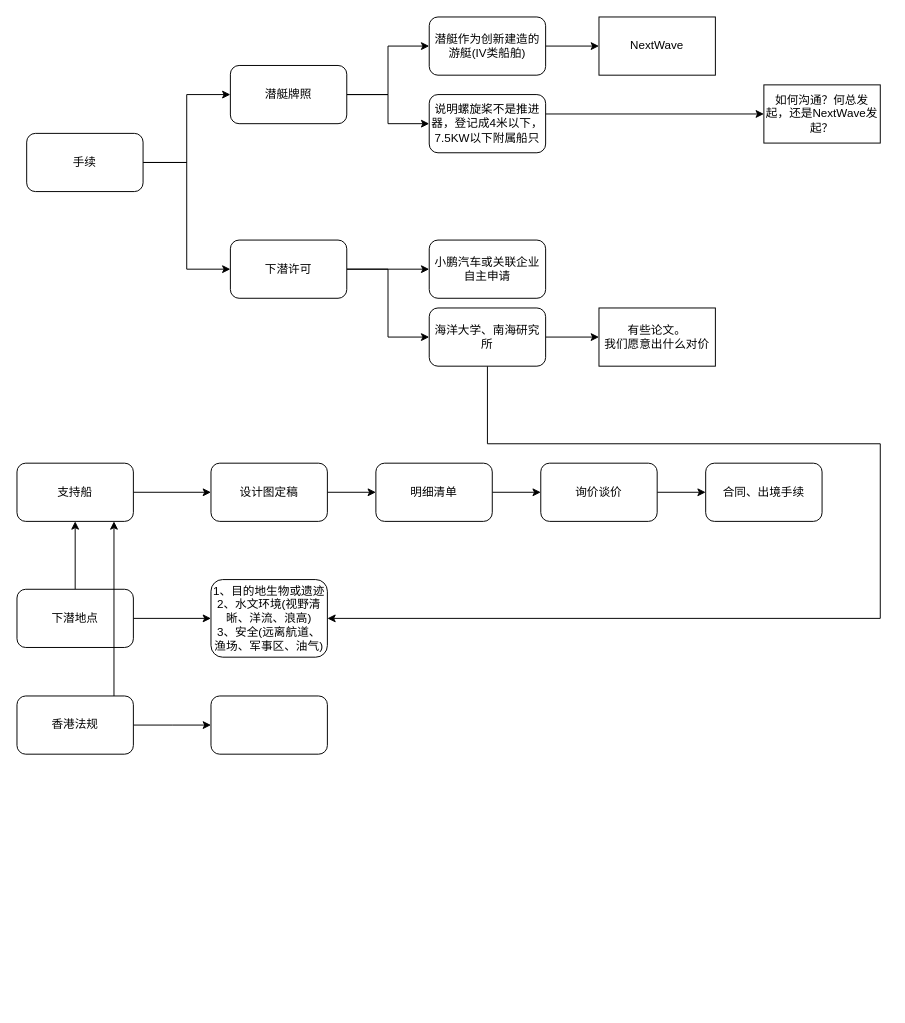
Above: Sub2.drawio in hyperxz/drew2 (draw.io), before the change. Source tidied: cells renumbered, new cells numbered last; positions are measured from the earlier drawing's top-left corner, leaving out a move shared by most shapes. Both pictures are drawn from the tidied source at 97%, with x=0, y=0 at pixel (16, 16).
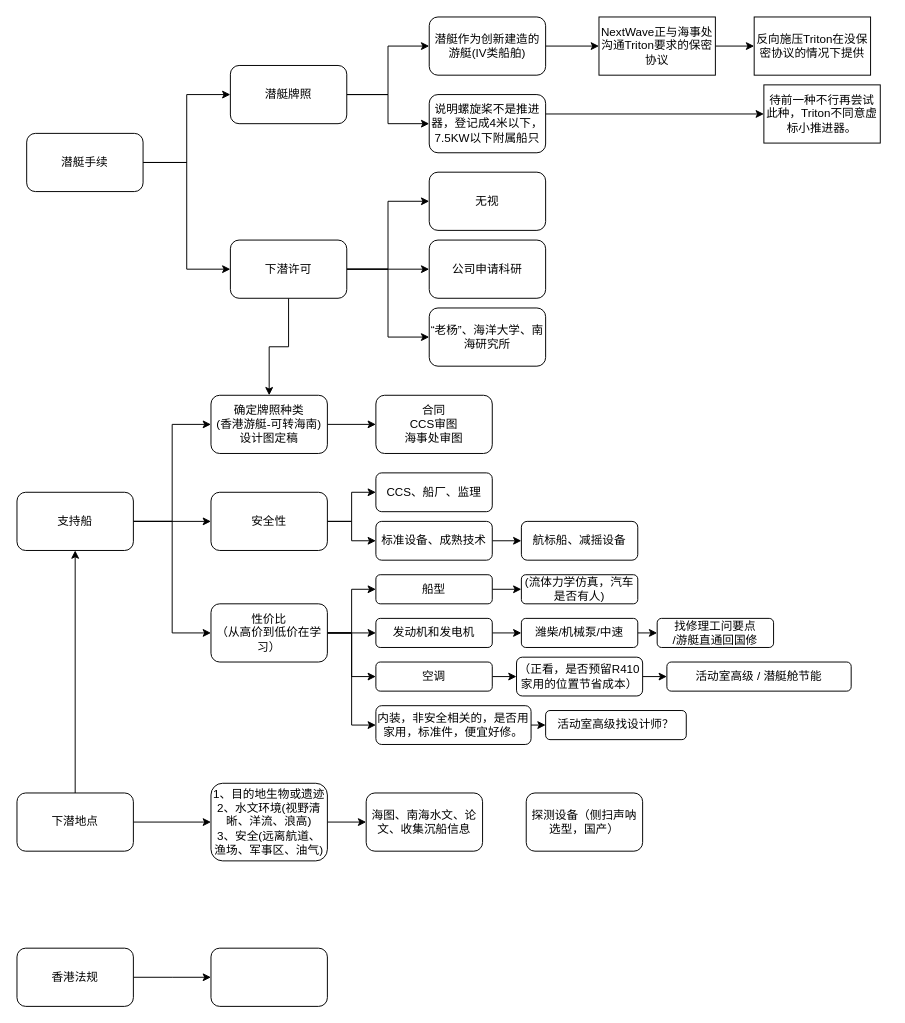
After the change.

The change refers to these unchanged cells:
```xml
<mxCell id="10" value="下潜许可" style="rounded=1;whiteSpace=wrap;html=1;" parent="1" vertex="1">
  <mxGeometry x="220" y="230" width="120" height="60" as="geometry" />
</mxCell>
```

What changed in the source:
```diff
@@
-    <mxCell id="4" value="手续" style="rounded=1;whiteSpace=wrap;html=1;" parent="1" vertex="1">
+    <mxCell id="4" value="潜艇手续" style="rounded=1;whiteSpace=wrap;html=1;" parent="1" vertex="1">
       <mxGeometry x="10" y="120" width="120" height="60" as="geometry" />
     </mxCell>
@@
+    <mxCell id="39" style="edgeStyle=orthogonalEdgeStyle;rounded=0;jettySize=auto;html=1;exitX=1;exitY=0.5;exitDx=0;exitDy=0;entryX=0;entryY=0.5;entryDx=0;entryDy=0;" parent="1" edge="1" source="10" target="51">
+      <mxGeometry relative="1" as="geometry" />
+    </mxCell>
+    <mxCell id="40" style="edgeStyle=orthogonalEdgeStyle;rounded=0;jettySize=auto;html=1;exitX=0.5;exitY=1;exitDx=0;exitDy=0;entryX=0.5;entryY=0;entryDx=0;entryDy=0;" parent="1" edge="1" source="10" target="22">
+      <mxGeometry relative="1" as="geometry" />
+    </mxCell>
@@
-    <mxCell id="14" value="小鹏汽车或关联企业自主申请" style="rounded=1;whiteSpace=wrap;html=1;" parent="1" vertex="1">
+    <mxCell id="14" value="公司申请科研" style="rounded=1;whiteSpace=wrap;html=1;" parent="1" vertex="1">
       <mxGeometry x="425" y="230" width="120" height="60" as="geometry" />
     </mxCell>
-    <mxCell id="15" style="edgeStyle=orthogonalEdgeStyle;rounded=0;jettySize=auto;html=1;exitX=1;exitY=0.5;exitDx=0;exitDy=0;" parent="1" edge="1" source="17" target="32">
-      <mxGeometry relative="1" as="geometry" />
-    </mxCell>
-    <mxCell id="16" style="edgeStyle=orthogonalEdgeStyle;rounded=0;jettySize=auto;html=1;exitX=0.5;exitY=1;exitDx=0;exitDy=0;entryX=1;entryY=0.5;entryDx=0;entryDy=0;" parent="1" edge="1" source="17" target="31">
-      <mxGeometry relative="1" as="geometry">
-        <Array as="points">
-          <mxPoint x="485" y="440" />
-          <mxPoint x="890" y="440" />
-          <mxPoint x="890" y="620" />
-        </Array>
-      </mxGeometry>
-    </mxCell>
-    <mxCell id="17" value="海洋大学、南海研究所" style="rounded=1;whiteSpace=wrap;html=1;" parent="1" vertex="1">
+    <mxCell id="17" value="“老杨”、海洋大学、南海研究所" style="rounded=1;whiteSpace=wrap;html=1;" parent="1" vertex="1">
       <mxGeometry x="425" y="300" width="120" height="60" as="geometry" />
     </mxCell>
@@
+    <mxCell id="41" style="edgeStyle=orthogonalEdgeStyle;rounded=0;jettySize=auto;html=1;exitX=1;exitY=0.5;exitDx=0;exitDy=0;entryX=0;entryY=0.5;entryDx=0;entryDy=0;" parent="1" edge="1" source="19" target="26">
+      <mxGeometry relative="1" as="geometry" />
+    </mxCell>
+    <mxCell id="42" style="edgeStyle=orthogonalEdgeStyle;rounded=0;jettySize=auto;html=1;exitX=1;exitY=0.5;exitDx=0;exitDy=0;entryX=0;entryY=0.5;entryDx=0;entryDy=0;" parent="1" edge="1" source="19" target="27">
+      <mxGeometry relative="1" as="geometry" />
+    </mxCell>
     <mxCell id="19" value="支持船" style="rounded=1;whiteSpace=wrap;html=1;" parent="1" vertex="1">
-      <mxGeometry y="460" width="120" height="60" as="geometry" />
+      <mxGeometry y="490" width="120" height="60" as="geometry" />
     </mxCell>
+    <mxCell id="43" style="edgeStyle=orthogonalEdgeStyle;rounded=0;jettySize=auto;html=1;exitX=1;exitY=0.5;exitDx=0;exitDy=0;entryX=0;entryY=0.5;entryDx=0;entryDy=0;" parent="1" edge="1" source="20" target="75">
+      <mxGeometry relative="1" as="geometry" />
+    </mxCell>
-    <mxCell id="20" value="NextWave" style="rounded=0;whiteSpace=wrap;html=1;" parent="1" vertex="1">
+    <mxCell id="20" value="NextWave正与海事处沟通Triton要求的保密协议" style="rounded=0;whiteSpace=wrap;html=1;" parent="1" vertex="1">
       <mxGeometry x="600" width="120" height="60" as="geometry" />
     </mxCell>
@@
-    <mxCell id="22" value="设计图定稿" style="rounded=1;whiteSpace=wrap;html=1;" parent="1" vertex="1">
-      <mxGeometry x="200" y="460" width="120" height="60" as="geometry" />
+    <mxCell id="22" value="确定牌照种类&lt;br&gt;(香港游艇-可转海南)&lt;br&gt;设计图定稿" style="rounded=1;whiteSpace=wrap;html=1;" parent="1" vertex="1">
+      <mxGeometry x="200" y="390" width="120" height="60" as="geometry" />
     </mxCell>
-    <mxCell id="23" style="edgeStyle=orthogonalEdgeStyle;rounded=0;jettySize=auto;html=1;exitX=1;exitY=0.5;exitDx=0;exitDy=0;entryX=0;entryY=0.5;entryDx=0;entryDy=0;" parent="1" edge="1" source="24" target="26">
-      <mxGeometry relative="1" as="geometry" />
-    </mxCell>
-    <mxCell id="24" value="明细清单" style="rounded=1;whiteSpace=wrap;html=1;" parent="1" vertex="1">
-      <mxGeometry x="370" y="460" width="120" height="60" as="geometry" />
+    <mxCell id="24" value="合同&lt;br&gt;CCS审图&lt;br&gt;海事处审图" style="rounded=1;whiteSpace=wrap;html=1;" parent="1" vertex="1">
+      <mxGeometry x="370" y="390" width="120" height="60" as="geometry" />
     </mxCell>
-    <mxCell id="25" style="edgeStyle=orthogonalEdgeStyle;rounded=0;jettySize=auto;html=1;exitX=1;exitY=0.5;exitDx=0;exitDy=0;entryX=0;entryY=0.5;entryDx=0;entryDy=0;" parent="1" edge="1" source="26" target="27">
-      <mxGeometry relative="1" as="geometry" />
-    </mxCell>
+    <mxCell id="44" style="edgeStyle=orthogonalEdgeStyle;rounded=0;jettySize=auto;html=1;exitX=1;exitY=0.5;exitDx=0;exitDy=0;entryX=0;entryY=0.5;entryDx=0;entryDy=0;" parent="1" edge="1" source="26" target="53">
+      <mxGeometry relative="1" as="geometry" />
+    </mxCell>
+    <mxCell id="45" style="edgeStyle=orthogonalEdgeStyle;rounded=0;jettySize=auto;html=1;exitX=1;exitY=0.5;exitDx=0;exitDy=0;entryX=0;entryY=0.5;entryDx=0;entryDy=0;" parent="1" edge="1" source="26" target="55">
+      <mxGeometry relative="1" as="geometry" />
+    </mxCell>
-    <mxCell id="26" value="询价谈价" style="rounded=1;whiteSpace=wrap;html=1;" parent="1" vertex="1">
-      <mxGeometry x="540" y="460" width="120" height="60" as="geometry" />
+    <mxCell id="26" value="安全性" style="rounded=1;whiteSpace=wrap;html=1;" parent="1" vertex="1">
+      <mxGeometry x="200" y="490" width="120" height="60" as="geometry" />
     </mxCell>
+    <mxCell id="46" style="edgeStyle=orthogonalEdgeStyle;rounded=0;jettySize=auto;html=1;exitX=1;exitY=0.5;exitDx=0;exitDy=0;entryX=0;entryY=0.5;entryDx=0;entryDy=0;" parent="1" edge="1" source="27" target="57">
+      <mxGeometry relative="1" as="geometry" />
+    </mxCell>
+    <mxCell id="47" style="edgeStyle=orthogonalEdgeStyle;rounded=0;jettySize=auto;html=1;exitX=1;exitY=0.5;exitDx=0;exitDy=0;entryX=0;entryY=0.5;entryDx=0;entryDy=0;" parent="1" edge="1" source="27" target="59">
+      <mxGeometry relative="1" as="geometry" />
+    </mxCell>
+    <mxCell id="48" style="edgeStyle=orthogonalEdgeStyle;rounded=0;jettySize=auto;html=1;exitX=1;exitY=0.5;exitDx=0;exitDy=0;entryX=0;entryY=0.5;entryDx=0;entryDy=0;" parent="1" edge="1" source="27" target="69">
+      <mxGeometry relative="1" as="geometry" />
+    </mxCell>
+    <mxCell id="49" style="edgeStyle=orthogonalEdgeStyle;rounded=0;jettySize=auto;html=1;exitX=1;exitY=0.5;exitDx=0;exitDy=0;entryX=0;entryY=0.5;entryDx=0;entryDy=0;" parent="1" edge="1" source="27" target="63">
+      <mxGeometry relative="1" as="geometry" />
+    </mxCell>
-    <mxCell id="27" value="合同、出境手续" style="rounded=1;whiteSpace=wrap;html=1;" parent="1" vertex="1">
-      <mxGeometry x="710" y="460" width="120" height="60" as="geometry" />
+    <mxCell id="27" value="性价比&lt;br&gt;（从高价到低价在学习）" style="rounded=1;whiteSpace=wrap;html=1;" parent="1" vertex="1">
+      <mxGeometry x="200" y="605" width="120" height="60" as="geometry" />
     </mxCell>
@@
     <mxCell id="30" value="下潜地点" style="rounded=1;whiteSpace=wrap;html=1;" parent="1" vertex="1">
-      <mxGeometry y="590" width="120" height="60" as="geometry" />
+      <mxGeometry y="800" width="120" height="60" as="geometry" />
     </mxCell>
+    <mxCell id="50" style="edgeStyle=orthogonalEdgeStyle;rounded=0;jettySize=auto;html=1;exitX=1;exitY=0.5;exitDx=0;exitDy=0;" parent="1" edge="1" source="31" target="72">
+      <mxGeometry relative="1" as="geometry" />
+    </mxCell>
     <mxCell id="31" value="1、目的地生物或遗迹&lt;br&gt;2、水文环境(视野清晰、洋流、浪高)&lt;br&gt;3、安全(远离航道、渔场、军事区、油气)" style="rounded=1;whiteSpace=wrap;html=1;" parent="1" vertex="1">
-      <mxGeometry x="200" y="580" width="120" height="80" as="geometry" />
+      <mxGeometry x="200" y="790" width="120" height="80" as="geometry" />
     </mxCell>
-    <mxCell id="32" value="有些论文。&lt;br&gt;我们愿意出什么对价" style="rounded=0;whiteSpace=wrap;html=1;" parent="1" vertex="1">
-      <mxGeometry x="600" y="300" width="120" height="60" as="geometry" />
-    </mxCell>
@@
-    <mxCell id="34" value="如何沟通？何总发起，还是NextWave发起？" style="rounded=0;whiteSpace=wrap;html=1;" parent="1" vertex="1">
-      <mxGeometry x="770" y="70" width="120" height="60" as="geometry" />
-    </mxCell>
-    <mxCell id="35" style="edgeStyle=orthogonalEdgeStyle;rounded=0;orthogonalLoop=1;jettySize=auto;html=1;exitX=0.5;exitY=0;exitDx=0;exitDy=0;entryX=0.5;entryY=1;entryDx=0;entryDy=0;" parent="1" edge="1">
-      <mxGeometry relative="1" as="geometry">
-        <mxPoint x="100" y="700" as="sourcePoint" />
-        <mxPoint x="100" y="520" as="targetPoint" />
-      </mxGeometry>
-    </mxCell>
     <mxCell id="36" style="edgeStyle=orthogonalEdgeStyle;rounded=0;jettySize=auto;html=1;exitX=1;exitY=0.5;exitDx=0;exitDy=0;" parent="1" edge="1" source="37">
       <mxGeometry relative="1" as="geometry">
-        <mxPoint x="200" y="730" as="targetPoint" />
+        <mxPoint x="200" y="990" as="targetPoint" />
       </mxGeometry>
     </mxCell>
     <mxCell id="37" value="香港法规" style="rounded=1;whiteSpace=wrap;html=1;" parent="1" vertex="1">
-      <mxGeometry y="700" width="120" height="60" as="geometry" />
+      <mxGeometry y="960" width="120" height="60" as="geometry" />
     </mxCell>
     <mxCell id="38" style="rounded=1;whiteSpace=wrap;html=1;" parent="1" vertex="1">
-      <mxGeometry x="200" y="700" width="120" height="60" as="geometry" />
+      <mxGeometry x="200" y="960" width="120" height="60" as="geometry" />
     </mxCell>
+    <mxCell id="51" value="无视&lt;br&gt;" style="rounded=1;whiteSpace=wrap;html=1;" parent="1" vertex="1">
+      <mxGeometry x="425" y="160" width="120" height="60" as="geometry" />
+    </mxCell>
+    <mxCell id="52" value="待前一种不行再尝试此种，Triton不同意虚标小推进器。" style="rounded=0;whiteSpace=wrap;html=1;" parent="1" vertex="1">
+      <mxGeometry x="770" y="70" width="120" height="60" as="geometry" />
+    </mxCell>
+    <mxCell id="53" value="CCS、船厂、监理" style="rounded=1;whiteSpace=wrap;html=1;" parent="1" vertex="1">
+      <mxGeometry x="370" y="470" width="120" height="40" as="geometry" />
+    </mxCell>
+    <mxCell id="54" style="edgeStyle=orthogonalEdgeStyle;rounded=0;jettySize=auto;html=1;exitX=1;exitY=0.5;exitDx=0;exitDy=0;entryX=0;entryY=0.5;entryDx=0;entryDy=0;" parent="1" edge="1" source="55" target="67">
+      <mxGeometry relative="1" as="geometry" />
+    </mxCell>
+    <mxCell id="55" value="标准设备、成熟技术" style="rounded=1;whiteSpace=wrap;html=1;" parent="1" vertex="1">
+      <mxGeometry x="370" y="520" width="120" height="40" as="geometry" />
+    </mxCell>
+    <mxCell id="56" style="edgeStyle=orthogonalEdgeStyle;rounded=0;jettySize=auto;html=1;exitX=1;exitY=0.5;exitDx=0;exitDy=0;entryX=0;entryY=0.5;entryDx=0;entryDy=0;" parent="1" edge="1" source="57" target="64">
+      <mxGeometry relative="1" as="geometry" />
+    </mxCell>
+    <mxCell id="57" value="船型" style="rounded=1;whiteSpace=wrap;html=1;" parent="1" vertex="1">
+      <mxGeometry x="370" y="575" width="120" height="30" as="geometry" />
+    </mxCell>
+    <mxCell id="58" style="edgeStyle=orthogonalEdgeStyle;rounded=0;jettySize=auto;html=1;exitX=1;exitY=0.5;exitDx=0;exitDy=0;entryX=0;entryY=0.5;entryDx=0;entryDy=0;" parent="1" edge="1" source="59" target="66">
+      <mxGeometry relative="1" as="geometry" />
+    </mxCell>
+    <mxCell id="59" value="发动机和发电机" style="rounded=1;whiteSpace=wrap;html=1;" parent="1" vertex="1">
+      <mxGeometry x="370" y="620" width="120" height="30" as="geometry" />
+    </mxCell>
+    <mxCell id="60" style="edgeStyle=orthogonalEdgeStyle;rounded=0;jettySize=auto;html=1;exitX=1;exitY=0.5;exitDx=0;exitDy=0;entryX=0;entryY=0.5;entryDx=0;entryDy=0;" parent="1" edge="1" source="61" target="70">
+      <mxGeometry relative="1" as="geometry" />
+    </mxCell>
+    <mxCell id="61" value="（正看，是否预留R410家用的位置节省成本）" style="rounded=1;whiteSpace=wrap;html=1;" parent="1" vertex="1">
+      <mxGeometry x="515" y="660" width="130" height="40" as="geometry" />
+    </mxCell>
+    <mxCell id="62" style="edgeStyle=orthogonalEdgeStyle;rounded=0;jettySize=auto;html=1;exitX=1;exitY=0.5;exitDx=0;exitDy=0;entryX=0;entryY=0.5;entryDx=0;entryDy=0;" parent="1" edge="1" source="63" target="71">
+      <mxGeometry relative="1" as="geometry" />
+    </mxCell>
+    <mxCell id="63" value="内装，非安全相关的，是否用家用，标准件，便宜好修。" style="rounded=1;whiteSpace=wrap;html=1;" parent="1" vertex="1">
+      <mxGeometry x="370" y="710" width="160" height="40" as="geometry" />
+    </mxCell>
+    <mxCell id="64" value="(流体力学仿真，汽车是否有人)" style="rounded=1;whiteSpace=wrap;html=1;" parent="1" vertex="1">
+      <mxGeometry x="520" y="575" width="120" height="30" as="geometry" />
+    </mxCell>
+    <mxCell id="65" style="edgeStyle=orthogonalEdgeStyle;rounded=0;jettySize=auto;html=1;exitX=1;exitY=0.5;exitDx=0;exitDy=0;entryX=0;entryY=0.5;entryDx=0;entryDy=0;" parent="1" edge="1" source="66" target="73">
+      <mxGeometry relative="1" as="geometry" />
+    </mxCell>
+    <mxCell id="66" value="潍柴/机械泵/中速" style="rounded=1;whiteSpace=wrap;html=1;" parent="1" vertex="1">
+      <mxGeometry x="520" y="620" width="120" height="30" as="geometry" />
+    </mxCell>
+    <mxCell id="67" value="航标船、减摇设备" style="rounded=1;whiteSpace=wrap;html=1;" parent="1" vertex="1">
+      <mxGeometry x="520" y="520" width="120" height="40" as="geometry" />
+    </mxCell>
+    <mxCell id="68" style="edgeStyle=orthogonalEdgeStyle;rounded=0;jettySize=auto;html=1;exitX=1;exitY=0.5;exitDx=0;exitDy=0;entryX=0;entryY=0.5;entryDx=0;entryDy=0;" parent="1" edge="1" source="69" target="61">
+      <mxGeometry relative="1" as="geometry" />
+    </mxCell>
+    <mxCell id="69" value="空调" style="rounded=1;whiteSpace=wrap;html=1;" parent="1" vertex="1">
+      <mxGeometry x="370" y="665" width="120" height="30" as="geometry" />
+    </mxCell>
+    <mxCell id="70" value="活动室高级 / 潜艇舱节能" style="rounded=1;whiteSpace=wrap;html=1;" parent="1" vertex="1">
+      <mxGeometry x="670" y="665" width="190" height="30" as="geometry" />
+    </mxCell>
+    <mxCell id="71" value="活动室高级找设计师？" style="rounded=1;whiteSpace=wrap;html=1;" parent="1" vertex="1">
+      <mxGeometry x="545" y="715" width="145" height="30" as="geometry" />
+    </mxCell>
+    <mxCell id="72" value="海图、南海水文、论文、收集沉船信息" style="rounded=1;whiteSpace=wrap;html=1;" parent="1" vertex="1">
+      <mxGeometry x="360" y="800" width="120" height="60" as="geometry" />
+    </mxCell>
+    <mxCell id="73" value="找修理工问要点&lt;br&gt;/游艇直通回国修" style="rounded=1;whiteSpace=wrap;html=1;" parent="1" vertex="1">
+      <mxGeometry x="660" y="620" width="120" height="30" as="geometry" />
+    </mxCell>
+    <mxCell id="74" value="探测设备（侧扫声呐选型，国产）" style="rounded=1;whiteSpace=wrap;html=1;" parent="1" vertex="1">
+      <mxGeometry x="525" y="800" width="120" height="60" as="geometry" />
+    </mxCell>
+    <mxCell id="75" value="反向施压Triton在没保密协议的情况下提供" style="rounded=0;whiteSpace=wrap;html=1;" parent="1" vertex="1">
+      <mxGeometry x="760" width="120" height="60" as="geometry" />
+    </mxCell>
```
